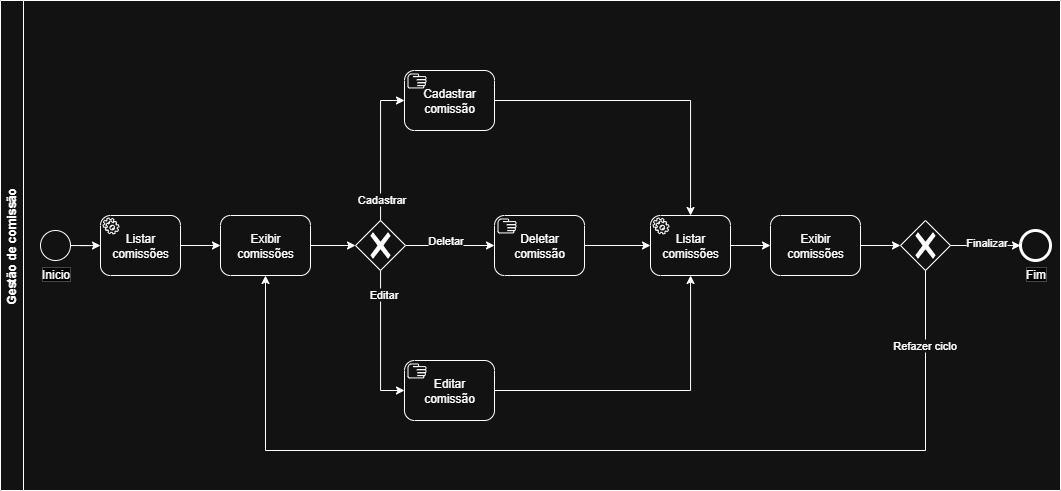
The draw.io diagram docs/images/gestao-comissao.png in lsivolella/Servify, before a commit. Source tidied: cells renumbered, new cells last; positions are measured from the earlier drawing's top-left corner, leaving out a move shared by most shapes. Its diagram source:
```xml
<mxGraphModel>
  <root>
    <mxCell id="0" />
    <mxCell id="1" parent="0" />
    <mxCell id="2" value="Gestão de comissão" style="swimlane;horizontal=0;whiteSpace=wrap;html=1;" parent="1" vertex="1">
      <mxGeometry width="1060" height="490" as="geometry" />
    </mxCell>
    <mxCell id="3" style="edgeStyle=orthogonalEdgeStyle;rounded=0;jettySize=auto;html=1;" parent="2" edge="1" source="4" target="6">
      <mxGeometry relative="1" as="geometry" />
    </mxCell>
    <mxCell id="4" value="&lt;span style=&quot;background-color: light-dark(rgb(255, 255, 255), rgb(0, 0, 0));&quot;&gt;Inicio&lt;/span&gt;" style="points=[[0.145,0.145,0],[0.5,0,0],[0.855,0.145,0],[1,0.5,0],[0.855,0.855,0],[0.5,1,0],[0.145,0.855,0],[0,0.5,0]];shape=mxgraph.bpmn.event;html=1;verticalLabelPosition=bottom;labelBackgroundColor=#ffffff;verticalAlign=top;align=center;perimeter=ellipsePerimeter;outlineConnect=0;outline=standard;symbol=general;" parent="2" vertex="1">
      <mxGeometry x="40" y="230" width="30" height="30" as="geometry" />
    </mxCell>
    <mxCell id="5" style="edgeStyle=orthogonalEdgeStyle;rounded=0;jettySize=auto;html=1;" parent="2" edge="1" source="6" target="7">
      <mxGeometry relative="1" as="geometry" />
    </mxCell>
    <mxCell id="6" value="Listar comissões" style="points=[[0.25,0,0],[0.5,0,0],[0.75,0,0],[1,0.25,0],[1,0.5,0],[1,0.75,0],[0.75,1,0],[0.5,1,0],[0.25,1,0],[0,0.75,0],[0,0.5,0],[0,0.25,0]];shape=mxgraph.bpmn.task2;whiteSpace=wrap;rectStyle=rounded;size=10;html=1;taskMarker=service;" parent="2" vertex="1">
      <mxGeometry x="100" y="215" width="80" height="60" as="geometry" />
    </mxCell>
    <mxCell id="7" value="Exibir comissões" style="points=[[0.25,0,0],[0.5,0,0],[0.75,0,0],[1,0.25,0],[1,0.5,0],[1,0.75,0],[0.75,1,0],[0.5,1,0],[0.25,1,0],[0,0.75,0],[0,0.5,0],[0,0.25,0]];shape=mxgraph.bpmn.task2;whiteSpace=wrap;rectStyle=rounded;size=10;html=1;taskMarker=abstract;" parent="2" vertex="1">
      <mxGeometry x="220" y="215" width="90" height="60" as="geometry" />
    </mxCell>
    <mxCell id="8" style="edgeStyle=orthogonalEdgeStyle;rounded=0;jettySize=auto;html=1;" parent="2" edge="1" source="12" target="19">
      <mxGeometry relative="1" as="geometry" />
    </mxCell>
    <mxCell id="9" value="Deletar" style="edgeLabel;html=1;align=center;verticalAlign=middle;" parent="8" vertex="1">
      <mxGeometry x="-0.13" y="5" relative="1" as="geometry" />
    </mxCell>
    <mxCell id="10" style="edgeStyle=orthogonalEdgeStyle;rounded=0;jettySize=auto;html=1;entryX=0;entryY=0.5;entryDx=0;entryDy=0;entryPerimeter=0;" parent="2" edge="1" source="12" target="17">
      <mxGeometry relative="1" as="geometry" />
    </mxCell>
    <mxCell id="11" value="Editar" style="edgeLabel;html=1;align=center;verticalAlign=middle;" parent="10" vertex="1">
      <mxGeometry x="-0.67" y="2" relative="1" as="geometry" />
    </mxCell>
    <mxCell id="12" style="points=[[0.25,0.25,0],[0.5,0,0],[0.75,0.25,0],[1,0.5,0],[0.75,0.75,0],[0.5,1,0],[0.25,0.75,0],[0,0.5,0]];shape=mxgraph.bpmn.gateway2;html=1;verticalLabelPosition=bottom;labelBackgroundColor=#ffffff;verticalAlign=top;align=center;perimeter=rhombusPerimeter;outlineConnect=0;outline=none;symbol=none;gwType=exclusive;" parent="2" vertex="1">
      <mxGeometry x="355" y="220" width="50" height="50" as="geometry" />
    </mxCell>
    <mxCell id="13" style="edgeStyle=orthogonalEdgeStyle;rounded=0;jettySize=auto;html=1;entryX=0;entryY=0.5;entryDx=0;entryDy=0;entryPerimeter=0;" parent="2" edge="1" source="7" target="12">
      <mxGeometry relative="1" as="geometry" />
    </mxCell>
    <mxCell id="14" style="edgeStyle=orthogonalEdgeStyle;rounded=0;jettySize=auto;html=1;" parent="2" edge="1" source="15" target="20">
      <mxGeometry relative="1" as="geometry" />
    </mxCell>
    <mxCell id="15" value="Cadastrar comissão" style="points=[[0.25,0,0],[0.5,0,0],[0.75,0,0],[1,0.25,0],[1,0.5,0],[1,0.75,0],[0.75,1,0],[0.5,1,0],[0.25,1,0],[0,0.75,0],[0,0.5,0],[0,0.25,0]];shape=mxgraph.bpmn.task2;whiteSpace=wrap;rectStyle=rounded;size=10;html=1;taskMarker=manual;" parent="2" vertex="1">
      <mxGeometry x="404" y="70" width="90" height="60" as="geometry" />
    </mxCell>
    <mxCell id="16" style="edgeStyle=orthogonalEdgeStyle;rounded=0;jettySize=auto;html=1;" parent="2" edge="1" source="17" target="20">
      <mxGeometry relative="1" as="geometry" />
    </mxCell>
    <mxCell id="17" value="Editar&lt;br&gt;comissão" style="points=[[0.25,0,0],[0.5,0,0],[0.75,0,0],[1,0.25,0],[1,0.5,0],[1,0.75,0],[0.75,1,0],[0.5,1,0],[0.25,1,0],[0,0.75,0],[0,0.5,0],[0,0.25,0]];shape=mxgraph.bpmn.task2;whiteSpace=wrap;rectStyle=rounded;size=10;html=1;taskMarker=manual;" parent="2" vertex="1">
      <mxGeometry x="404" y="360" width="90" height="60" as="geometry" />
    </mxCell>
    <mxCell id="18" style="edgeStyle=orthogonalEdgeStyle;rounded=0;jettySize=auto;html=1;" parent="2" edge="1" source="19" target="20">
      <mxGeometry relative="1" as="geometry" />
    </mxCell>
    <mxCell id="19" value="Deletar&lt;br&gt;comissão" style="points=[[0.25,0,0],[0.5,0,0],[0.75,0,0],[1,0.25,0],[1,0.5,0],[1,0.75,0],[0.75,1,0],[0.5,1,0],[0.25,1,0],[0,0.75,0],[0,0.5,0],[0,0.25,0]];shape=mxgraph.bpmn.task2;whiteSpace=wrap;rectStyle=rounded;size=10;html=1;taskMarker=manual;" parent="2" vertex="1">
      <mxGeometry x="494" y="215" width="90" height="60" as="geometry" />
    </mxCell>
    <mxCell id="20" value="Listar comissões" style="points=[[0.25,0,0],[0.5,0,0],[0.75,0,0],[1,0.25,0],[1,0.5,0],[1,0.75,0],[0.75,1,0],[0.5,1,0],[0.25,1,0],[0,0.75,0],[0,0.5,0],[0,0.25,0]];shape=mxgraph.bpmn.task2;whiteSpace=wrap;rectStyle=rounded;size=10;html=1;taskMarker=service;" parent="2" vertex="1">
      <mxGeometry x="650" y="215" width="80" height="60" as="geometry" />
    </mxCell>
    <mxCell id="21" style="edgeStyle=orthogonalEdgeStyle;rounded=0;jettySize=auto;html=1;entryX=0;entryY=0.5;entryDx=0;entryDy=0;entryPerimeter=0;" parent="2" edge="1" source="12" target="15">
      <mxGeometry relative="1" as="geometry" />
    </mxCell>
    <mxCell id="22" value="Cadastrar" style="edgeLabel;html=1;align=center;verticalAlign=middle;" parent="21" vertex="1">
      <mxGeometry x="-0.69" relative="1" as="geometry" />
    </mxCell>
    <mxCell id="23" style="edgeStyle=orthogonalEdgeStyle;rounded=0;jettySize=auto;html=1;" parent="2" edge="1" source="24" target="26">
      <mxGeometry relative="1" as="geometry" />
    </mxCell>
    <mxCell id="24" value="Exibir comissões" style="points=[[0.25,0,0],[0.5,0,0],[0.75,0,0],[1,0.25,0],[1,0.5,0],[1,0.75,0],[0.75,1,0],[0.5,1,0],[0.25,1,0],[0,0.75,0],[0,0.5,0],[0,0.25,0]];shape=mxgraph.bpmn.task2;whiteSpace=wrap;rectStyle=rounded;size=10;html=1;taskMarker=abstract;" parent="2" vertex="1">
      <mxGeometry x="770" y="215" width="90" height="60" as="geometry" />
    </mxCell>
    <mxCell id="25" style="edgeStyle=orthogonalEdgeStyle;rounded=0;jettySize=auto;html=1;entryX=0;entryY=0.5;entryDx=0;entryDy=0;entryPerimeter=0;" parent="2" edge="1" source="20" target="24">
      <mxGeometry relative="1" as="geometry" />
    </mxCell>
    <mxCell id="26" style="points=[[0.25,0.25,0],[0.5,0,0],[0.75,0.25,0],[1,0.5,0],[0.75,0.75,0],[0.5,1,0],[0.25,0.75,0],[0,0.5,0]];shape=mxgraph.bpmn.gateway2;html=1;verticalLabelPosition=bottom;labelBackgroundColor=#ffffff;verticalAlign=top;align=center;perimeter=rhombusPerimeter;outlineConnect=0;outline=none;symbol=none;gwType=exclusive;" parent="2" vertex="1">
      <mxGeometry x="900" y="220" width="50" height="50" as="geometry" />
    </mxCell>
    <mxCell id="27" style="edgeStyle=orthogonalEdgeStyle;rounded=0;jettySize=auto;html=1;entryX=0.5;entryY=1;entryDx=0;entryDy=0;entryPerimeter=0;exitX=0.5;exitY=1;exitDx=0;exitDy=0;exitPerimeter=0;" parent="2" edge="1" source="26" target="7">
      <mxGeometry relative="1" as="geometry">
        <Array as="points">
          <mxPoint x="925" y="450" />
          <mxPoint x="265" y="450" />
        </Array>
      </mxGeometry>
    </mxCell>
    <mxCell id="28" value="Refazer ciclo" style="edgeLabel;html=1;align=center;verticalAlign=middle;" parent="27" vertex="1">
      <mxGeometry x="-0.85" y="-1" relative="1" as="geometry" />
    </mxCell>
    <mxCell id="29" value="&lt;span style=&quot;background-color: light-dark(rgb(255, 255, 255), rgb(0, 0, 0));&quot;&gt;Fim&lt;/span&gt;" style="points=[[0.145,0.145,0],[0.5,0,0],[0.855,0.145,0],[1,0.5,0],[0.855,0.855,0],[0.5,1,0],[0.145,0.855,0],[0,0.5,0]];shape=mxgraph.bpmn.event;html=1;verticalLabelPosition=bottom;labelBackgroundColor=#ffffff;verticalAlign=top;align=center;perimeter=ellipsePerimeter;outlineConnect=0;outline=end;symbol=terminate2;" parent="2" vertex="1">
      <mxGeometry x="1020" y="230" width="30" height="30" as="geometry" />
    </mxCell>
    <mxCell id="30" style="edgeStyle=orthogonalEdgeStyle;rounded=0;jettySize=auto;html=1;entryX=0;entryY=0.5;entryDx=0;entryDy=0;entryPerimeter=0;" parent="2" edge="1" source="26" target="29">
      <mxGeometry relative="1" as="geometry" />
    </mxCell>
    <mxCell id="31" value="Finalizar" style="edgeLabel;html=1;align=center;verticalAlign=middle;" parent="30" vertex="1">
      <mxGeometry y="3" relative="1" as="geometry" />
    </mxCell>
  </root>
</mxGraphModel>
```
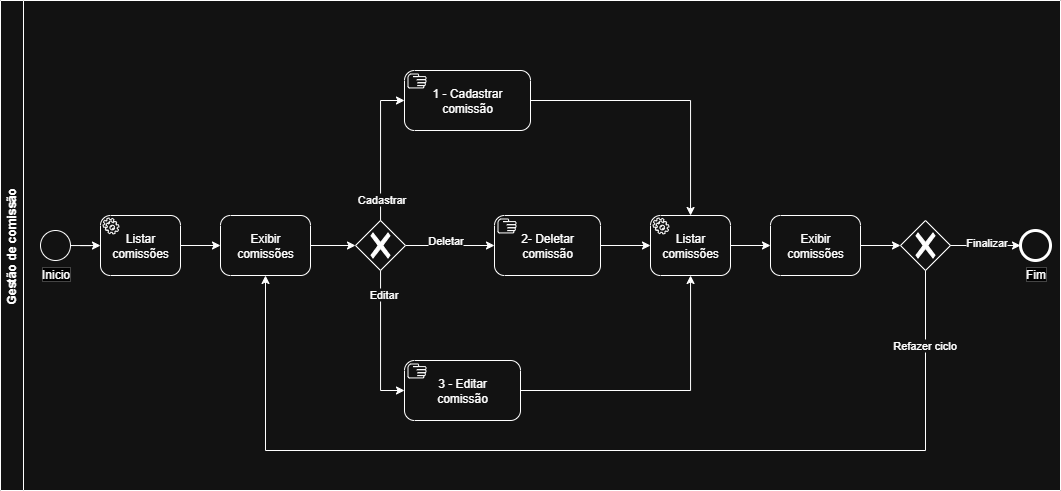
Above is the later version.

The edit, as a diff of the source:
```diff
@@ -41,20 +41,20 @@
     <mxCell id="14" style="edgeStyle=orthogonalEdgeStyle;rounded=0;jettySize=auto;html=1;" parent="2" edge="1" source="15" target="20">
       <mxGeometry relative="1" as="geometry" />
     </mxCell>
-    <mxCell id="15" value="Cadastrar comissão" style="points=[[0.25,0,0],[0.5,0,0],[0.75,0,0],[1,0.25,0],[1,0.5,0],[1,0.75,0],[0.75,1,0],[0.5,1,0],[0.25,1,0],[0,0.75,0],[0,0.5,0],[0,0.25,0]];shape=mxgraph.bpmn.task2;whiteSpace=wrap;rectStyle=rounded;size=10;html=1;taskMarker=manual;" parent="2" vertex="1">
-      <mxGeometry x="404" y="70" width="90" height="60" as="geometry" />
+    <mxCell id="15" value="1 - Cadastrar comissão" style="points=[[0.25,0,0],[0.5,0,0],[0.75,0,0],[1,0.25,0],[1,0.5,0],[1,0.75,0],[0.75,1,0],[0.5,1,0],[0.25,1,0],[0,0.75,0],[0,0.5,0],[0,0.25,0]];shape=mxgraph.bpmn.task2;whiteSpace=wrap;rectStyle=rounded;size=10;html=1;taskMarker=manual;gradientColor=none;convertToSvg=0;" parent="2" vertex="1">
+      <mxGeometry x="404" y="70" width="126" height="60" as="geometry" />
     </mxCell>
     <mxCell id="16" style="edgeStyle=orthogonalEdgeStyle;rounded=0;jettySize=auto;html=1;" parent="2" edge="1" source="17" target="20">
       <mxGeometry relative="1" as="geometry" />
     </mxCell>
-    <mxCell id="17" value="Editar&lt;br&gt;comissão" style="points=[[0.25,0,0],[0.5,0,0],[0.75,0,0],[1,0.25,0],[1,0.5,0],[1,0.75,0],[0.75,1,0],[0.5,1,0],[0.25,1,0],[0,0.75,0],[0,0.5,0],[0,0.25,0]];shape=mxgraph.bpmn.task2;whiteSpace=wrap;rectStyle=rounded;size=10;html=1;taskMarker=manual;" parent="2" vertex="1">
-      <mxGeometry x="404" y="360" width="90" height="60" as="geometry" />
+    <mxCell id="17" value="3 - Editar&lt;br&gt;comissão" style="points=[[0.25,0,0],[0.5,0,0],[0.75,0,0],[1,0.25,0],[1,0.5,0],[1,0.75,0],[0.75,1,0],[0.5,1,0],[0.25,1,0],[0,0.75,0],[0,0.5,0],[0,0.25,0]];shape=mxgraph.bpmn.task2;whiteSpace=wrap;rectStyle=rounded;size=10;html=1;taskMarker=manual;" parent="2" vertex="1">
+      <mxGeometry x="404" y="360" width="116" height="60" as="geometry" />
     </mxCell>
     <mxCell id="18" style="edgeStyle=orthogonalEdgeStyle;rounded=0;jettySize=auto;html=1;" parent="2" edge="1" source="19" target="20">
       <mxGeometry relative="1" as="geometry" />
     </mxCell>
-    <mxCell id="19" value="Deletar&lt;br&gt;comissão" style="points=[[0.25,0,0],[0.5,0,0],[0.75,0,0],[1,0.25,0],[1,0.5,0],[1,0.75,0],[0.75,1,0],[0.5,1,0],[0.25,1,0],[0,0.75,0],[0,0.5,0],[0,0.25,0]];shape=mxgraph.bpmn.task2;whiteSpace=wrap;rectStyle=rounded;size=10;html=1;taskMarker=manual;" parent="2" vertex="1">
-      <mxGeometry x="494" y="215" width="90" height="60" as="geometry" />
+    <mxCell id="19" value="2- Deletar&lt;br&gt;comissão" style="points=[[0.25,0,0],[0.5,0,0],[0.75,0,0],[1,0.25,0],[1,0.5,0],[1,0.75,0],[0.75,1,0],[0.5,1,0],[0.25,1,0],[0,0.75,0],[0,0.5,0],[0,0.25,0]];shape=mxgraph.bpmn.task2;whiteSpace=wrap;rectStyle=rounded;size=10;html=1;taskMarker=manual;" parent="2" vertex="1">
+      <mxGeometry x="494" y="215" width="106" height="60" as="geometry" />
     </mxCell>
     <mxCell id="20" value="Listar comissões" style="points=[[0.25,0,0],[0.5,0,0],[0.75,0,0],[1,0.25,0],[1,0.5,0],[1,0.75,0],[0.75,1,0],[0.5,1,0],[0.25,1,0],[0,0.75,0],[0,0.5,0],[0,0.25,0]];shape=mxgraph.bpmn.task2;whiteSpace=wrap;rectStyle=rounded;size=10;html=1;taskMarker=service;" parent="2" vertex="1">
       <mxGeometry x="650" y="215" width="80" height="60" as="geometry" />
```
